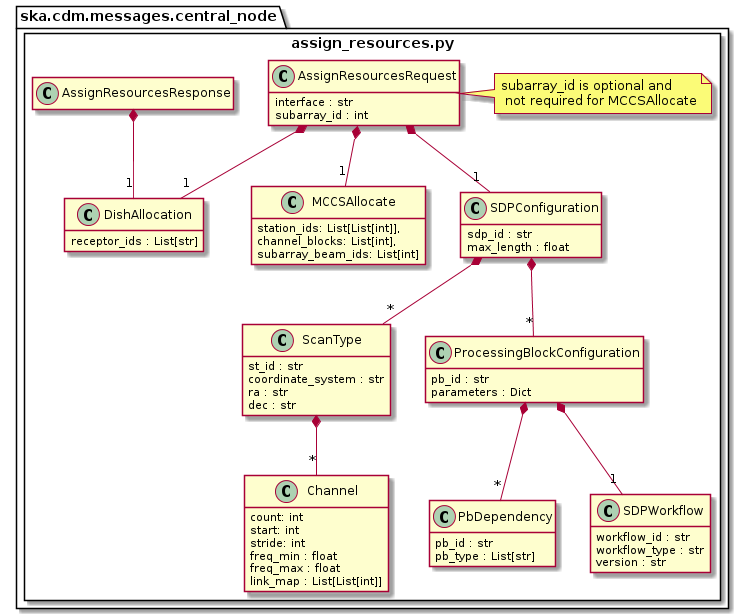
This is docs/src/developer/centralnode/assignresources.png from ska-telescope/cdm-shared-library, a PlantUML export, as it was before one commit.
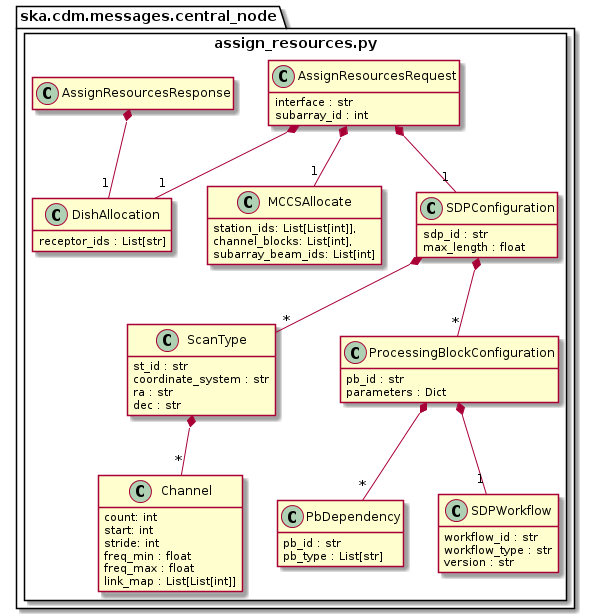
After the change.

What changed in the source:
```diff
@@ -59,7 +59,7 @@
             interface : str
             subarray_id : int
         }
-        note right: subarray_id is optional and \n not required for MCCSAllocate
+
         AssignResourcesRequest *-- "1" DishAllocation
         AssignResourcesRequest *-- "1" MCCSAllocate
         AssignResourcesRequest *-- "1" SDPConfiguration
```
